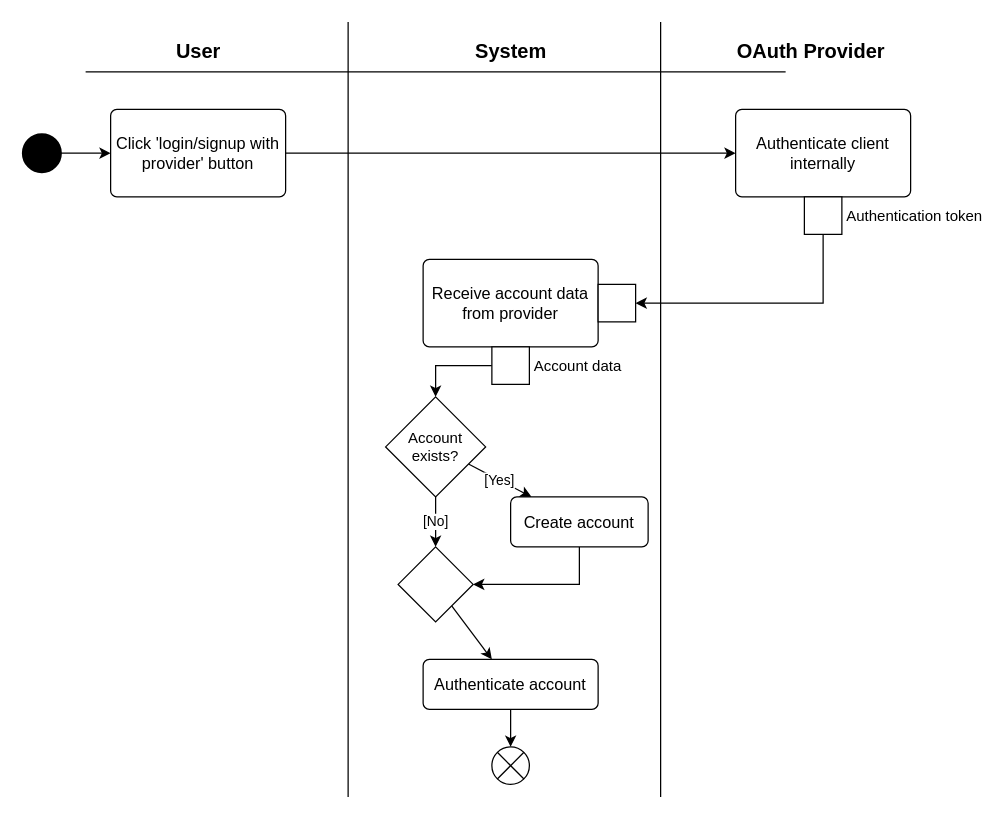
codex-pumpkin/requirements-analysis keeps this draw.io diagram as drawio/a_auth_with_oauth.drawio. Above is the earlier version. Source tidied: cells renumbered, new cells numbered last; positions are measured from the earlier drawing's top-left corner, leaving out a move shared by most shapes. Both pictures are drawn from the tidied source at 125%, with x=0, y=0 at pixel (22, 21).
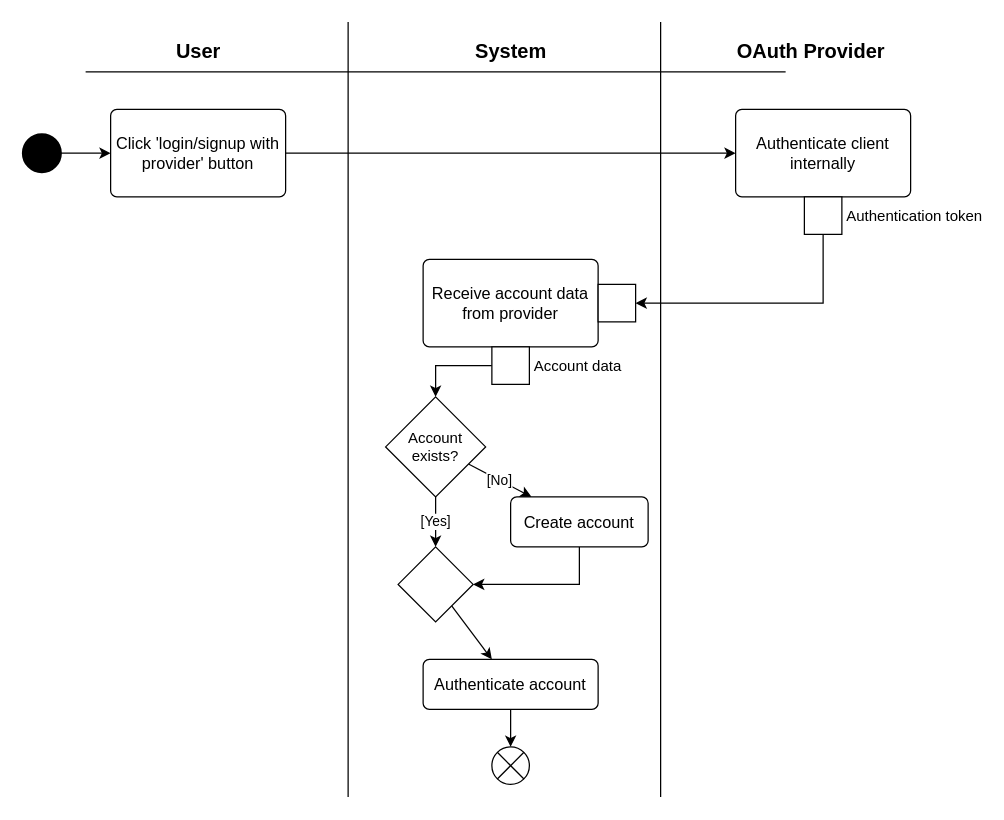
The same diagram, later.

The change refers to these unchanged cells:
```xml
<mxCell id="21" value="Account exists?" style="rhombus;whiteSpace=wrap;html=1;" parent="1" vertex="1">
  <mxGeometry x="290" y="300" width="80" height="80" as="geometry" />
</mxCell>
<mxCell id="25" value="Create account" style="html=1;align=center;verticalAlign=middle;rounded=1;absoluteArcSize=1;arcSize=10;dashed=0;whiteSpace=wrap;fontStyle=0;fontSize=13;" parent="1" vertex="1">
  <mxGeometry x="390" y="380" width="110" height="40" as="geometry" />
</mxCell>
<mxCell id="28" style="rhombus;whiteSpace=wrap;html=1;" parent="1" vertex="1">
  <mxGeometry x="300" y="420" width="60" height="60" as="geometry" />
</mxCell>
```

The edit, as a diff of the source:
```diff
@@
-    <mxCell id="19" value="[Yes]" style="rounded=0;jettySize=auto;html=1;" parent="1" edge="1" source="21" target="25">
+    <mxCell id="19" value="[No]" style="rounded=0;jettySize=auto;html=1;" parent="1" edge="1" source="21" target="25">
       <mxGeometry relative="1" as="geometry" />
     </mxCell>
-    <mxCell id="20" value="[No]" style="edgeStyle=orthogonalEdgeStyle;rounded=0;jettySize=auto;html=1;" parent="1" edge="1" source="21" target="28">
+    <mxCell id="20" value="[Yes]" style="edgeStyle=orthogonalEdgeStyle;rounded=0;jettySize=auto;html=1;" parent="1" edge="1" source="21" target="28">
       <mxGeometry relative="1" as="geometry" />
     </mxCell>
```
